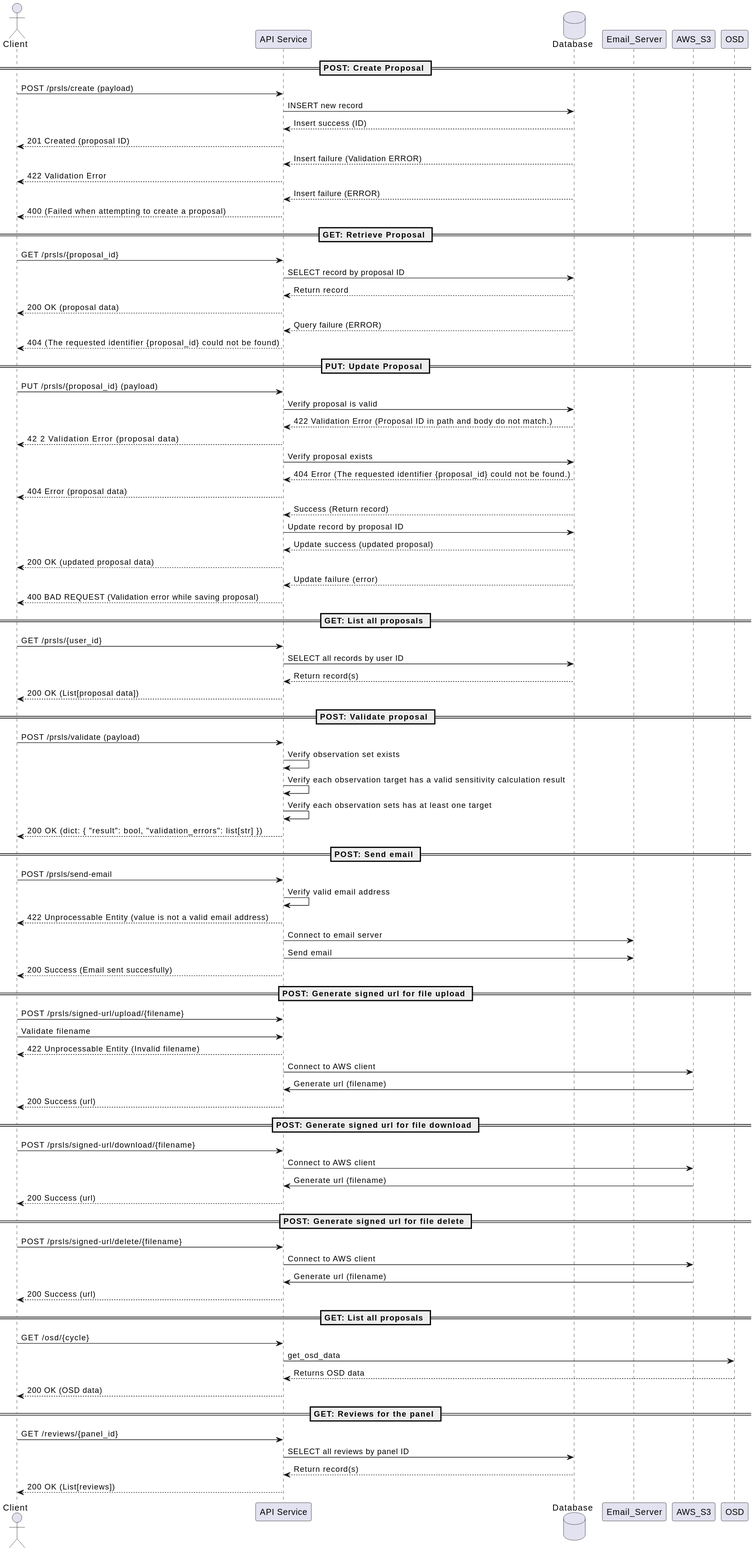
Above: docs/src/internal/diagrams/ppt_endpoints.svg in ska-telescope/ska-oso-services (PlantUML), before the change.
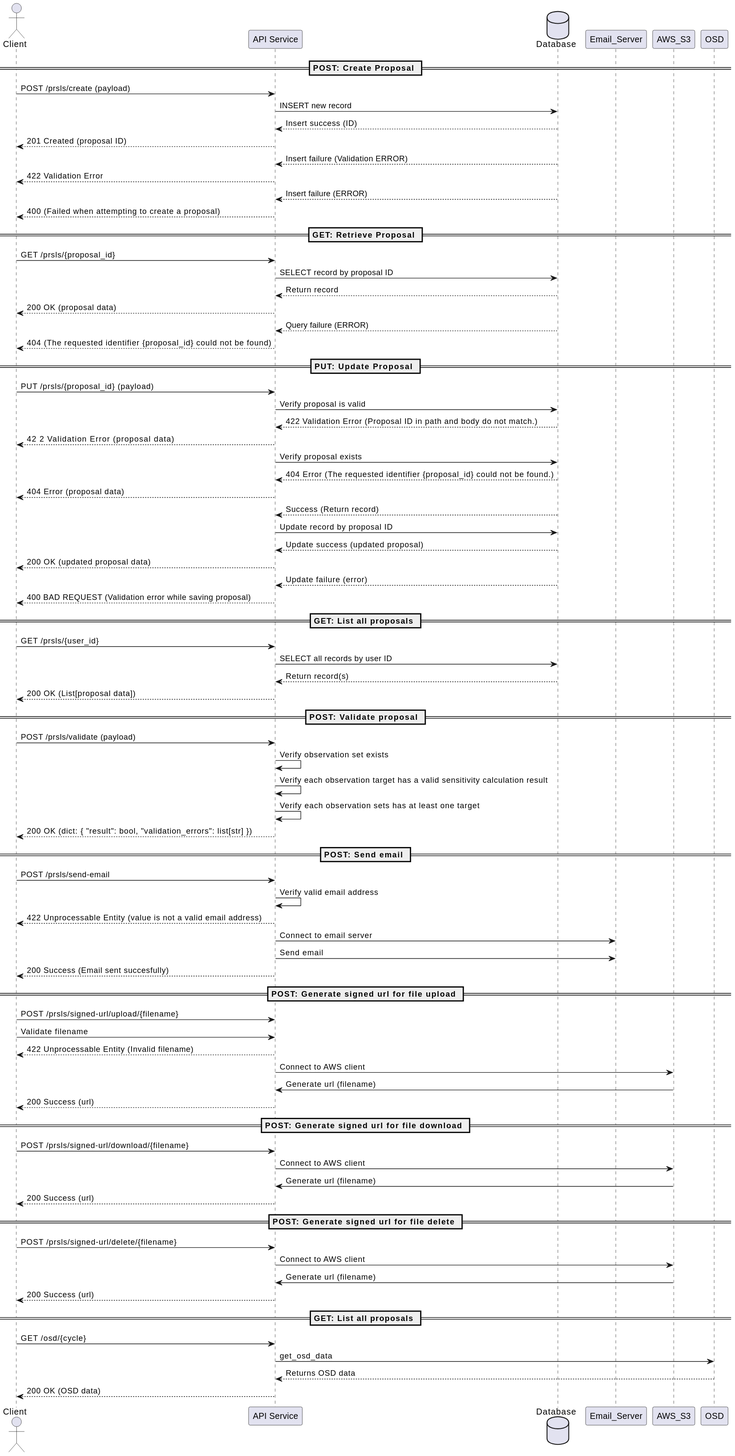
After the commit.

Change to the diagram source:
```diff
@@ -72,10 +72,4 @@
 Service -> OSD: get_osd_data
 OSD --> Service: Returns OSD data
 Service --> Client: 200 OK (OSD data)
-
-== GET: Reviews for the panel ==
-Client -> Service: GET /reviews/{panel_id}
-Service -> DB: SELECT all reviews by panel ID
-DB --> Service: Return record(s)
-Service --> Client: 200 OK (List[reviews])
 @enduml
```
